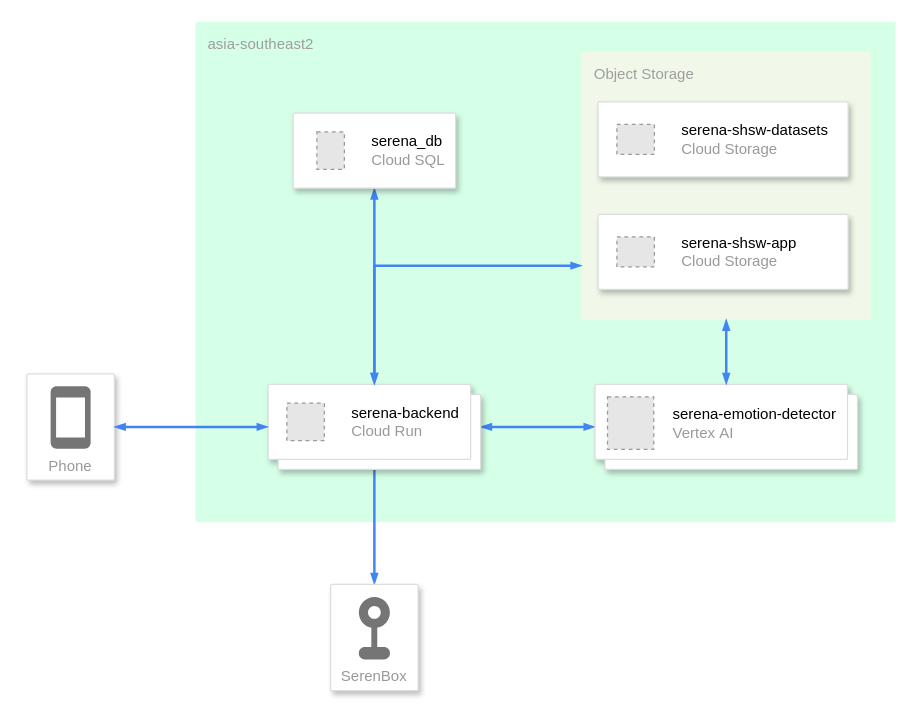
Serena-Smart-Home-Smart-Wellbeing/serena-infrastructure keeps this draw.io diagram as architecture-diagram/serena-architecture.drawio. Above is the earlier version. Source tidied: cells renumbered, new cells numbered last; positions are measured from the earlier drawing's top-left corner, leaving out a move shared by most shapes. Both pictures are drawn from the tidied source at 125%, with x=0, y=0 at pixel (26, 21). Pictures stored in the file or linked from it are replaced by grey dashed boxes.
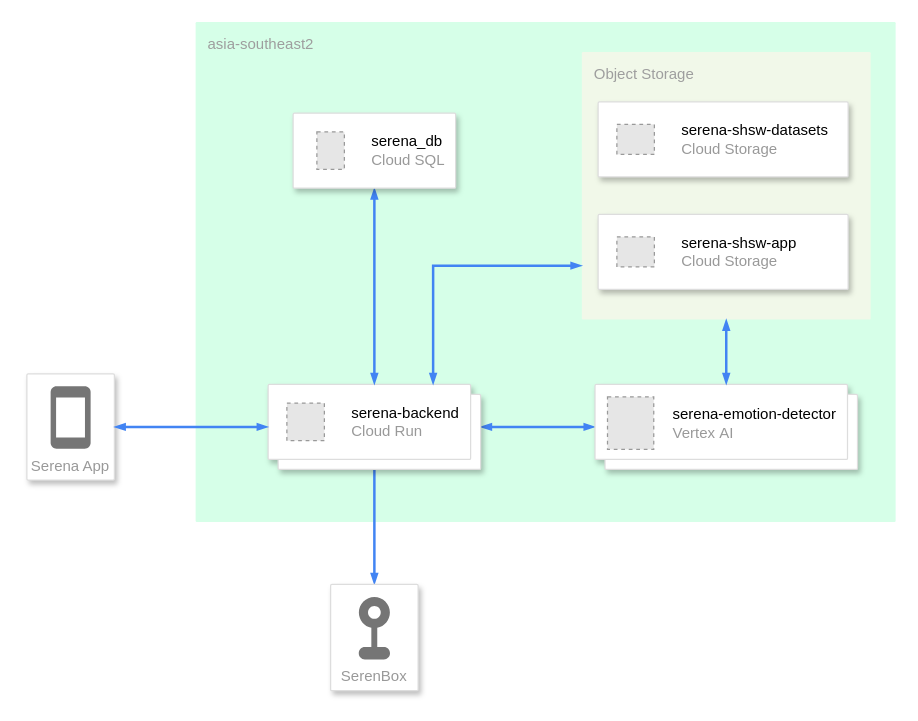
Above is the later version.

Unchanged cells that the change refers to:
```xml
<mxCell id="7" style="shape=mxgraph.gcp2.doubleRect;strokeColor=#dddddd;shadow=1;strokeWidth=1;rounded=1;absoluteArcSize=1;arcSize=2;" parent="1" vertex="1">
  <mxGeometry x="193" y="290" width="170" height="68" as="geometry" />
</mxCell>
<mxCell id="16" value="Object Storage" style="sketch=0;points=[[0,0,0],[0.25,0,0],[0.5,0,0],[0.75,0,0],[1,0,0],[1,0.25,0],[1,0.5,0],[1,0.75,0],[1,1,0],[0.75,1,0],[0.5,1,0],[0.25,1,0],[0,1,0],[0,0.75,0],[0,0.5,0],[0,0.25,0]];rounded=1;absoluteArcSize=1;arcSize=2;html=1;strokeColor=none;gradientColor=none;shadow=0;dashed=0;fontSize=12;fontColor=#9E9E9E;align=left;verticalAlign=top;spacing=10;spacingTop=-4;whiteSpace=wrap;fillColor=#F1F8E9;fontFamily=Helvetica;" parent="15" vertex="1">
  <mxGeometry width="231" height="214" as="geometry" />
</mxCell>
```

The edit, as a diff of the source:
```diff
@@
-    <mxCell id="2" value="Phone" style="strokeColor=#dddddd;shadow=1;strokeWidth=1;rounded=1;absoluteArcSize=1;arcSize=2;labelPosition=center;verticalLabelPosition=middle;align=center;verticalAlign=bottom;spacingLeft=0;fontColor=#999999;fontSize=12;whiteSpace=wrap;spacingBottom=2;html=1;" parent="1" vertex="1">
+    <mxCell id="2" value="Serena App" style="strokeColor=#dddddd;shadow=1;strokeWidth=1;rounded=1;absoluteArcSize=1;arcSize=2;labelPosition=center;verticalLabelPosition=middle;align=center;verticalAlign=bottom;spacingLeft=0;fontColor=#999999;fontSize=12;whiteSpace=wrap;spacingBottom=2;html=1;" parent="1" vertex="1">
       <mxGeometry y="281.5" width="70" height="85" as="geometry" />
     </mxCell>
@@
     <mxCell id="22" style="edgeStyle=orthogonalEdgeStyle;shape=connector;rounded=0;jettySize=auto;html=1;dashed=0;labelBackgroundColor=default;strokeColor=#4284F3;strokeWidth=2;align=center;verticalAlign=middle;fontFamily=Helvetica;fontSize=12;fontColor=default;endArrow=blockThin;endFill=1;startSize=4;endSize=4;startArrow=blockThin;startFill=1;" parent="1" edge="1" source="16" target="7">
       <mxGeometry relative="1" as="geometry">
         <Array as="points">
-          <mxPoint x="278" y="195" />
+          <mxPoint x="325" y="195" />
         </Array>
       </mxGeometry>
     </mxCell>
```
